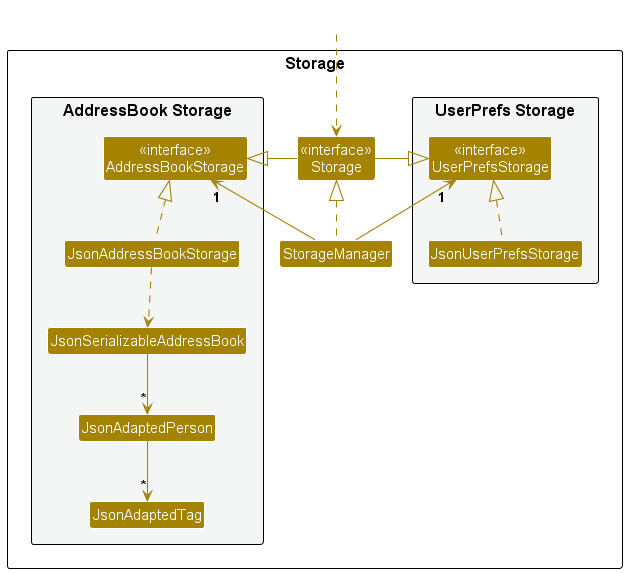
se-edu/addressbook-level3 keeps this PlantUML diagram as docs/images/StorageClassDiagram.png. Above is the earlier version.
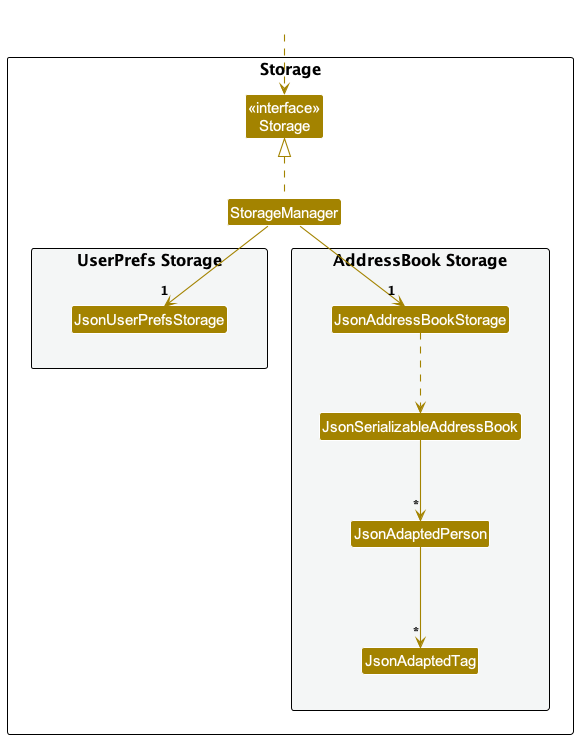
After the change.

Commit message:
Flatten the Storage API into a single interface

The edit, as a diff of the source:
```diff
@@ -6,16 +6,14 @@
 
 package Storage as StoragePackage {
 
+Class "<<interface>>\nStorage" as Storage
+Class StorageManager
+
 package "UserPrefs Storage" #F4F6F6{
-Class "<<interface>>\nUserPrefsStorage" as UserPrefsStorage
 Class JsonUserPrefsStorage
 }
 
-Class "<<interface>>\nStorage" as Storage
-Class StorageManager
-
 package "AddressBook Storage" #F4F6F6{
-Class "<<interface>>\nAddressBookStorage" as AddressBookStorage
 Class JsonAddressBookStorage
 Class JsonSerializableAddressBook
 Class JsonAdaptedPerson
@@ -28,14 +26,9 @@
 HiddenOutside ..> Storage
 
 StorageManager .up.|> Storage
-StorageManager -up-> "1" UserPrefsStorage
-StorageManager -up-> "1" AddressBookStorage
+StorageManager -down-> "1" JsonUserPrefsStorage
+StorageManager -down-> "1" JsonAddressBookStorage
 
-Storage -left-|> UserPrefsStorage
-Storage -right-|> AddressBookStorage
-
-JsonUserPrefsStorage .up.|> UserPrefsStorage
-JsonAddressBookStorage .up.|> AddressBookStorage
 JsonAddressBookStorage ..> JsonSerializableAddressBook
 JsonSerializableAddressBook --> "*" JsonAdaptedPerson
 JsonAdaptedPerson --> "*" JsonAdaptedTag
```
